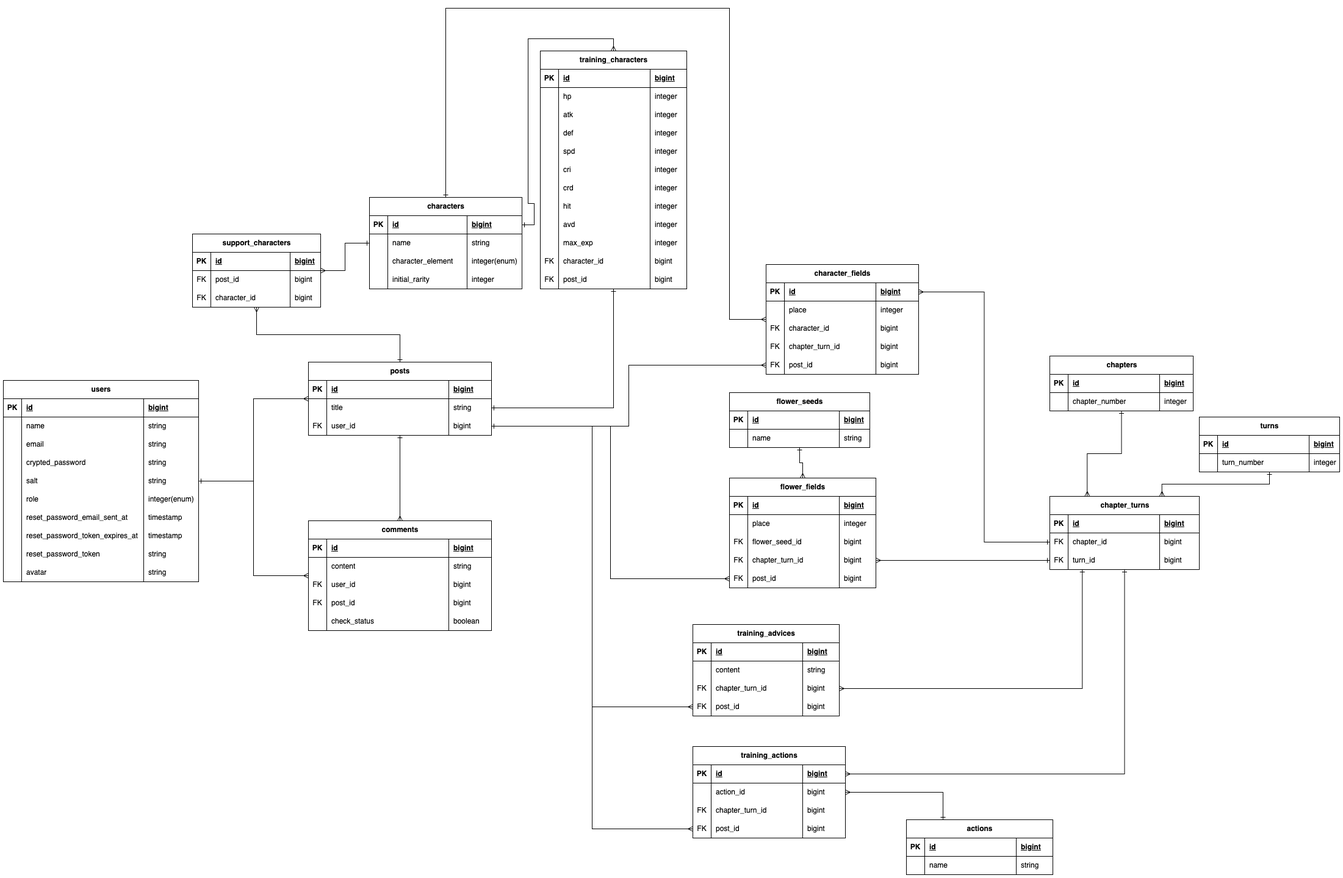
Before: ER図.drawio.png, a diagram exported from draw.io (yuuichi-code/kamutora_farm). Source tidied: cells renumbered, new cells last; positions are measured from the earlier drawing's top-left corner, leaving out a move shared by most shapes.
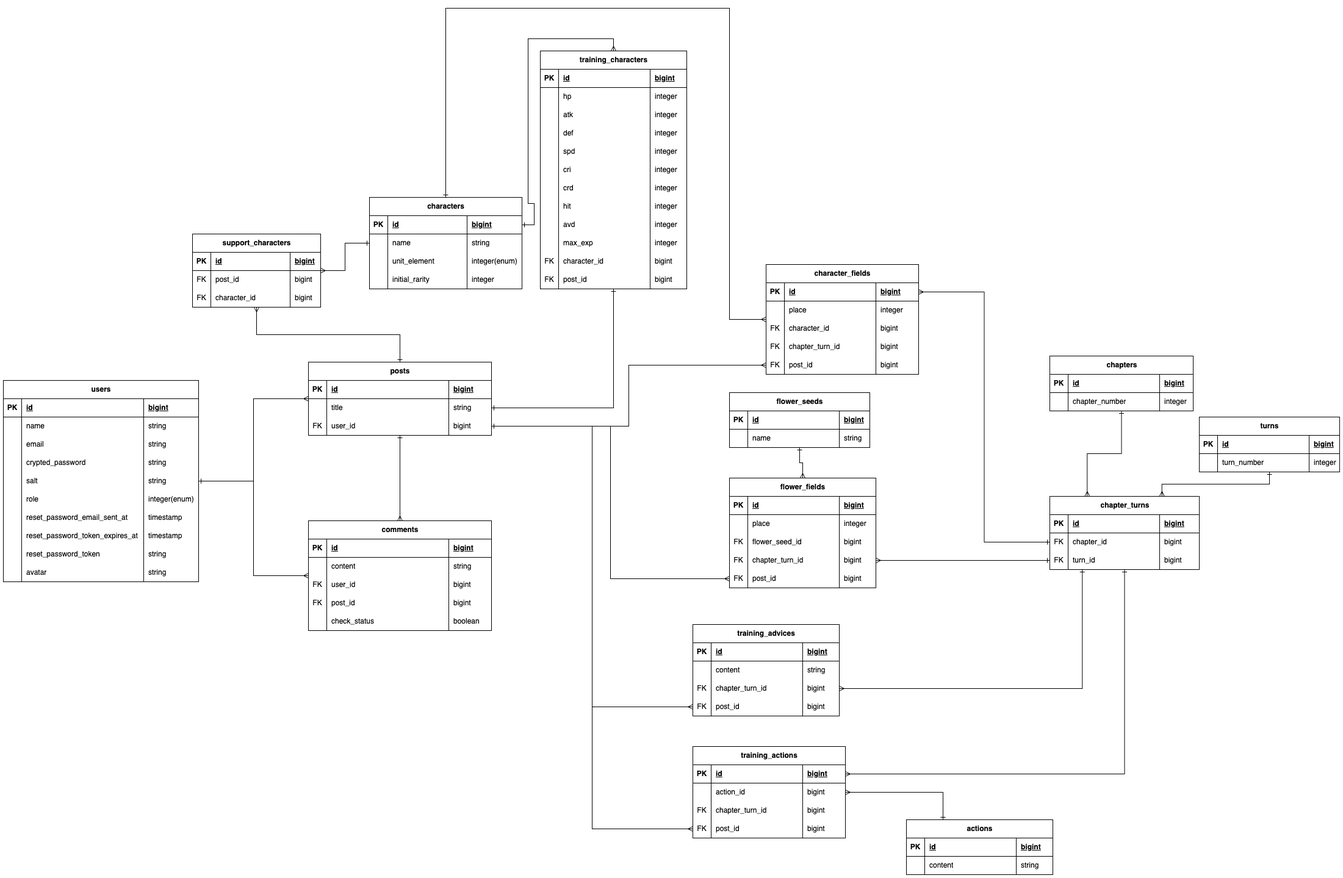
Later version of the same file.

Commit message:
[fix]ER図のカラムを修正

Change to the diagram source:
```diff
@@ -395,7 +395,7 @@
     <mxCell id="132" style="shape=partialRectangle;fillColor=none;top=0;left=0;bottom=0;right=0;overflow=hidden;whiteSpace=wrap;html=1;" parent="131" vertex="1">
       <mxGeometry width="30" height="30" as="geometry" />
     </mxCell>
-    <mxCell id="133" value="character_element" style="shape=partialRectangle;fillColor=none;top=0;left=0;bottom=0;right=0;align=left;spacingLeft=6;overflow=hidden;whiteSpace=wrap;html=1;" parent="131" vertex="1">
+    <mxCell id="133" value="unit_element" style="shape=partialRectangle;fillColor=none;top=0;left=0;bottom=0;right=0;align=left;spacingLeft=6;overflow=hidden;whiteSpace=wrap;html=1;" parent="131" vertex="1">
       <mxGeometry x="30" width="130" height="30" as="geometry" />
     </mxCell>
     <mxCell id="134" value="integer(enum)" style="shape=partialRectangle;fillColor=none;top=0;left=0;bottom=0;right=0;align=left;spacingLeft=6;overflow=hidden;whiteSpace=wrap;html=1;" parent="131" vertex="1">
@@ -899,7 +899,7 @@
     <mxCell id="298" style="shape=partialRectangle;fillColor=none;top=0;left=0;bottom=0;right=0;overflow=hidden;whiteSpace=wrap;html=1;" parent="297" vertex="1">
       <mxGeometry width="30" height="30" as="geometry" />
     </mxCell>
-    <mxCell id="299" value="name" style="shape=partialRectangle;fillColor=none;top=0;left=0;bottom=0;right=0;align=left;spacingLeft=6;overflow=hidden;whiteSpace=wrap;html=1;" parent="297" vertex="1">
+    <mxCell id="299" value="content" style="shape=partialRectangle;fillColor=none;top=0;left=0;bottom=0;right=0;align=left;spacingLeft=6;overflow=hidden;whiteSpace=wrap;html=1;" parent="297" vertex="1">
       <mxGeometry x="30" width="150" height="30" as="geometry" />
     </mxCell>
     <mxCell id="300" value="string" style="shape=partialRectangle;fillColor=none;top=0;left=0;bottom=0;right=0;align=left;spacingLeft=6;overflow=hidden;whiteSpace=wrap;html=1;" parent="297" vertex="1">
```
